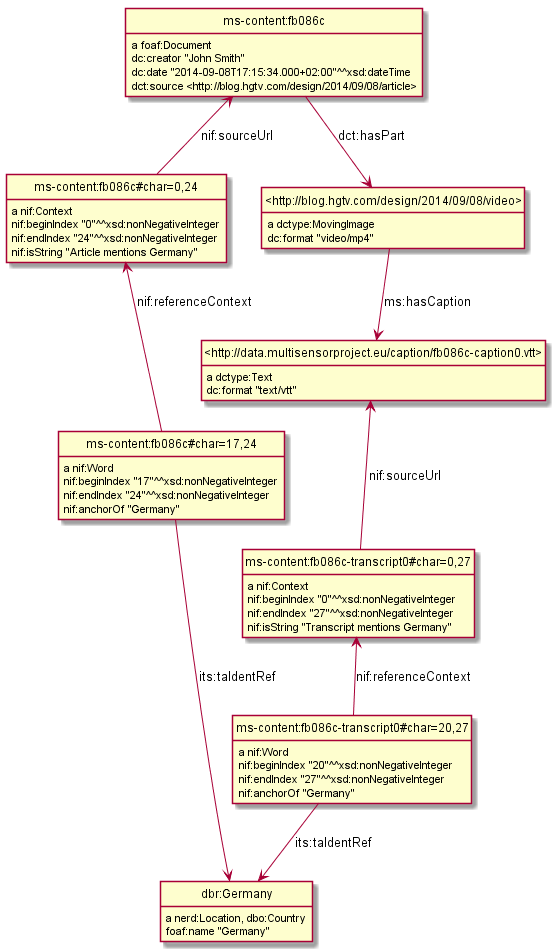
Earlier version of the PlantUML export Multisensor/img/NIF-ASR.png (gerardbdn/VladimirAlexiev.github.io).
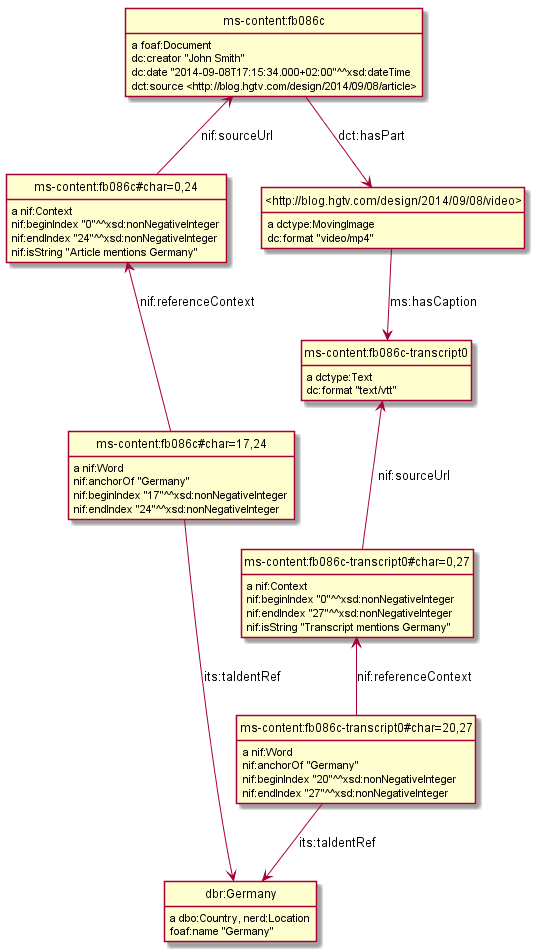
After the commit.

Commit message:
adjust transcript URL in NIF-ASR.ttl

Change to the diagram source:
```diff
@@ -3,6 +3,15 @@
 hide empty attributes
 hide circle
 skinparam classAttributeIconSize 0
+class ms_content_fb086c_transcript0_char_20_27 as "ms-content:fb086c-transcript0#char=20,27"
+ms_content_fb086c_transcript0_char_20_27 : a nif:Word
+class ms_content_fb086c_transcript0_char_0_27 as "ms-content:fb086c-transcript0#char=0,27"
+ms_content_fb086c_transcript0_char_20_27 -up-> ms_content_fb086c_transcript0_char_0_27 : nif:referenceContext
+class dbr_Germany as "dbr:Germany"
+ms_content_fb086c_transcript0_char_20_27 --> dbr_Germany : its:taIdentRef
+ms_content_fb086c_transcript0_char_20_27 : nif:anchorOf "Germany"
+ms_content_fb086c_transcript0_char_20_27 : nif:beginIndex "20"^^xsd:nonNegativeInteger
+ms_content_fb086c_transcript0_char_20_27 : nif:endIndex "27"^^xsd:nonNegativeInteger
 class ms_content_fb086c as "ms-content:fb086c"
 ms_content_fb086c : a foaf:Document
 class _http___blog_hgtv_com_design_2014_09_08_video_ as "<http://blog.hgtv.com/design/2014/09/08/video>"
@@ -10,15 +19,11 @@
 ms_content_fb086c : dc:creator "John Smith"
 ms_content_fb086c : dc:date "2014-09-08T17:15:34.000+02:00"^^xsd:dateTime
 ms_content_fb086c : dct:source <http://blog.hgtv.com/design/2014/09/08/article>
-class dbr_Germany as "dbr:Germany"
-dbr_Germany : a nerd:Location, dbo:Country
-dbr_Germany : foaf:name "Germany"
-class _http___data_multisensorproject_eu_caption_fb086c_caption0_vtt_ as "<http://data.multisensorproject.eu/caption/fb086c-caption0.vtt>"
-_http___data_multisensorproject_eu_caption_fb086c_caption0_vtt_ : a dctype:Text
-_http___data_multisensorproject_eu_caption_fb086c_caption0_vtt_ : dc:format "text/vtt"
-class ms_content_fb086c_transcript0_char_0_27 as "ms-content:fb086c-transcript0#char=0,27"
+class ms_content_fb086c_transcript0 as "ms-content:fb086c-transcript0"
+ms_content_fb086c_transcript0 : a dctype:Text
+ms_content_fb086c_transcript0 : dc:format "text/vtt"
 ms_content_fb086c_transcript0_char_0_27 : a nif:Context
-ms_content_fb086c_transcript0_char_0_27 -up-> _http___data_multisensorproject_eu_caption_fb086c_caption0_vtt_ : nif:sourceUrl
+ms_content_fb086c_transcript0_char_0_27 -up-> ms_content_fb086c_transcript0 : nif:sourceUrl
 ms_content_fb086c_transcript0_char_0_27 : nif:beginIndex "0"^^xsd:nonNegativeInteger
 ms_content_fb086c_transcript0_char_0_27 : nif:endIndex "27"^^xsd:nonNegativeInteger
 ms_content_fb086c_transcript0_char_0_27 : nif:isString "Transcript mentions Germany"
@@ -29,20 +34,15 @@
 ms_content_fb086c_char_0_24 : nif:endIndex "24"^^xsd:nonNegativeInteger
 ms_content_fb086c_char_0_24 : nif:isString "Article mentions Germany"
 _http___blog_hgtv_com_design_2014_09_08_video_ : a dctype:MovingImage
-_http___blog_hgtv_com_design_2014_09_08_video_ --> _http___data_multisensorproject_eu_caption_fb086c_caption0_vtt_ : ms:hasCaption
+_http___blog_hgtv_com_design_2014_09_08_video_ --> ms_content_fb086c_transcript0 : ms:hasCaption
 _http___blog_hgtv_com_design_2014_09_08_video_ : dc:format "video/mp4"
-class ms_content_fb086c_transcript0_char_20_27 as "ms-content:fb086c-transcript0#char=20,27"
-ms_content_fb086c_transcript0_char_20_27 : a nif:Word
-ms_content_fb086c_transcript0_char_20_27 -up-> ms_content_fb086c_transcript0_char_0_27 : nif:referenceContext
-ms_content_fb086c_transcript0_char_20_27 --> dbr_Germany : its:taIdentRef
-ms_content_fb086c_transcript0_char_20_27 : nif:beginIndex "20"^^xsd:nonNegativeInteger
-ms_content_fb086c_transcript0_char_20_27 : nif:endIndex "27"^^xsd:nonNegativeInteger
-ms_content_fb086c_transcript0_char_20_27 : nif:anchorOf "Germany"
+dbr_Germany : a dbo:Country, nerd:Location
+dbr_Germany : foaf:name "Germany"
 class ms_content_fb086c_char_17_24 as "ms-content:fb086c#char=17,24"
 ms_content_fb086c_char_17_24 : a nif:Word
 ms_content_fb086c_char_17_24 --> dbr_Germany : its:taIdentRef
 ms_content_fb086c_char_17_24 -up-> ms_content_fb086c_char_0_24 : nif:referenceContext
+ms_content_fb086c_char_17_24 : nif:anchorOf "Germany"
 ms_content_fb086c_char_17_24 : nif:beginIndex "17"^^xsd:nonNegativeInteger
 ms_content_fb086c_char_17_24 : nif:endIndex "24"^^xsd:nonNegativeInteger
-ms_content_fb086c_char_17_24 : nif:anchorOf "Germany"
 @enduml
```
